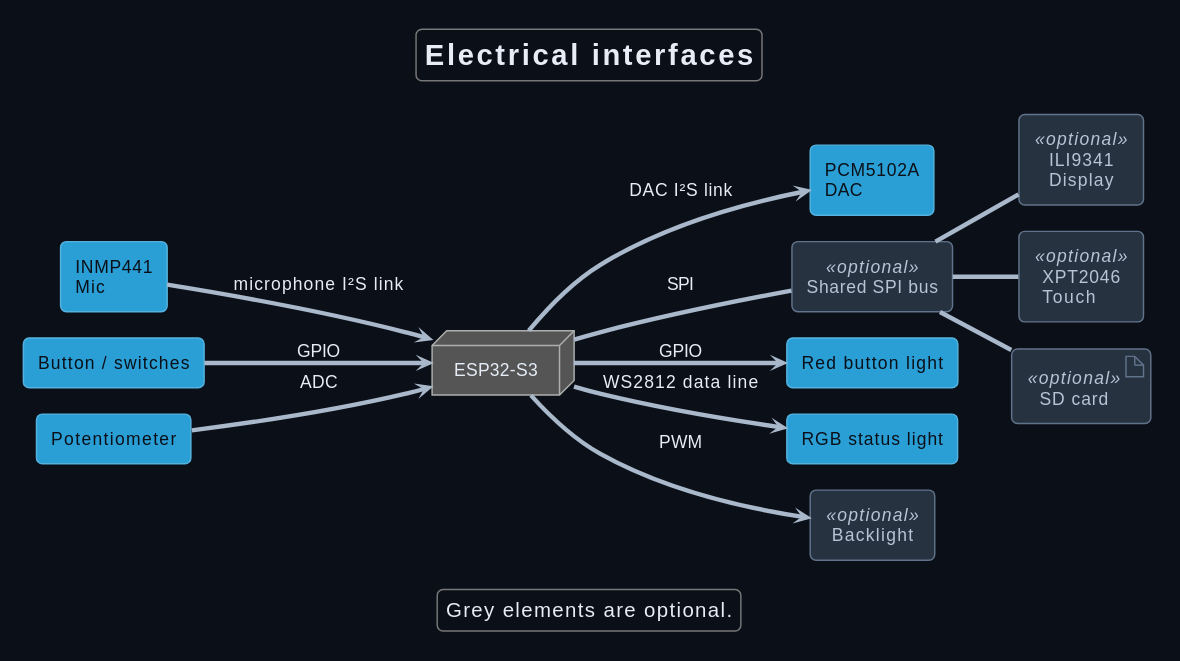
DemonicPsychoII/DigitalStethoscope keeps this PlantUML diagram as Development/system/architecture/system/rendered/electrical_interfaces.svg. Above is the earlier version.
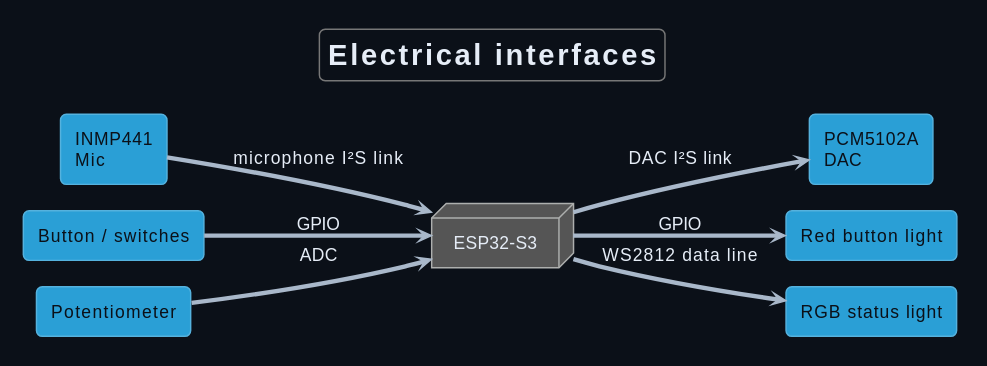
The same file after the commit.

What changed in the source:
```diff
@@ -23,27 +23,14 @@
 component "INMP441\nMic" as mic
 component "PCM5102A\nDAC" as dac
 node "ESP32-S3" as cpu
-component "ILI9341\nDisplay" as display <<optional>>
-component "XPT2046\nTouch" as touch <<optional>>
-artifact "SD card" as sd <<optional>>
-component "Shared SPI bus" as spi <<optional>>
 component "Button / switches" as controls
 component "Potentiometer" as pot
 component "Red button light" as buttonLight
 component "RGB status light" as statusLight
-component "Backlight" as backlight <<optional>>
 mic --> cpu : microphone I²S link
 cpu --> dac : DAC I²S link
-cpu -- spi : SPI
-spi -- display
-spi -- touch
-spi -- sd
 controls --> cpu : GPIO
 pot --> cpu : ADC
 cpu --> buttonLight : GPIO
 cpu --> statusLight : WS2812 data line
-cpu --> backlight : PWM
-legend bottom
-  Grey elements are optional.
-endlegend
 @enduml
```
